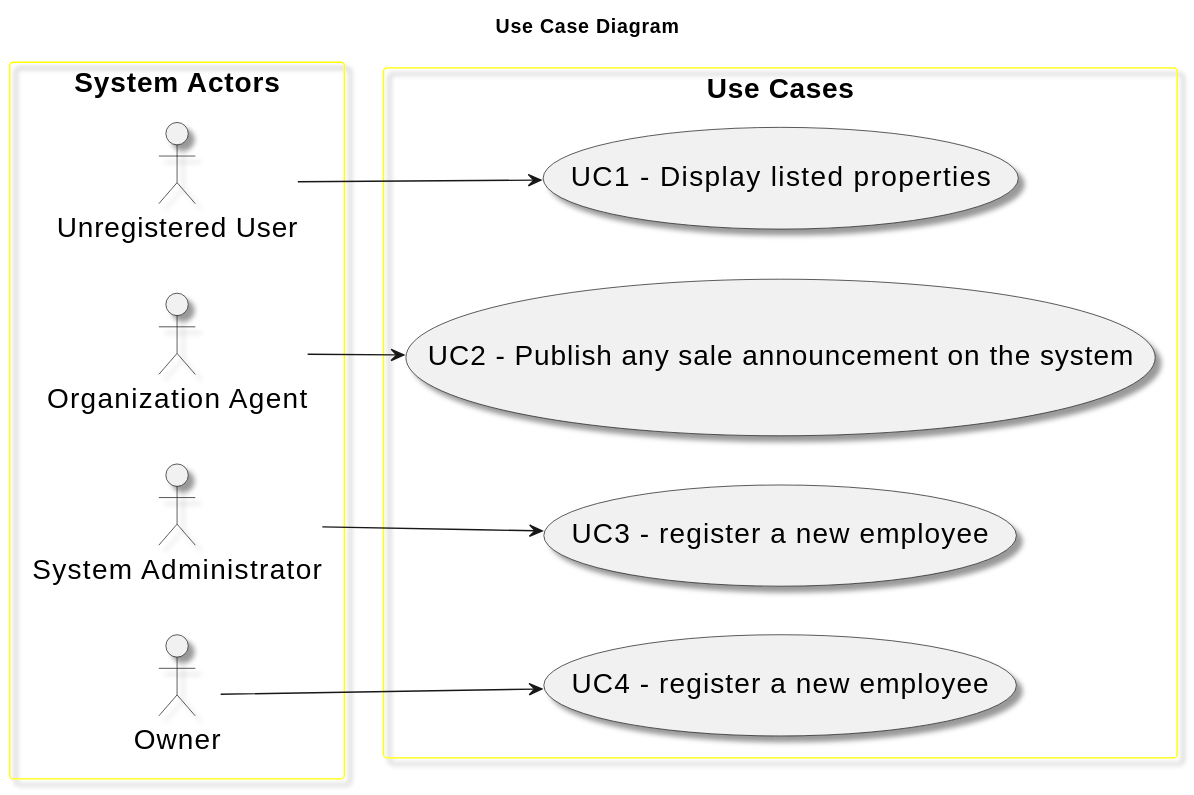
Above: docs/sprintA/global-artifacts/01.requirements-engineering/svg/use-case-diagram.svg in Goncalves2525/real-estate-management-system (PlantUML), before the change.
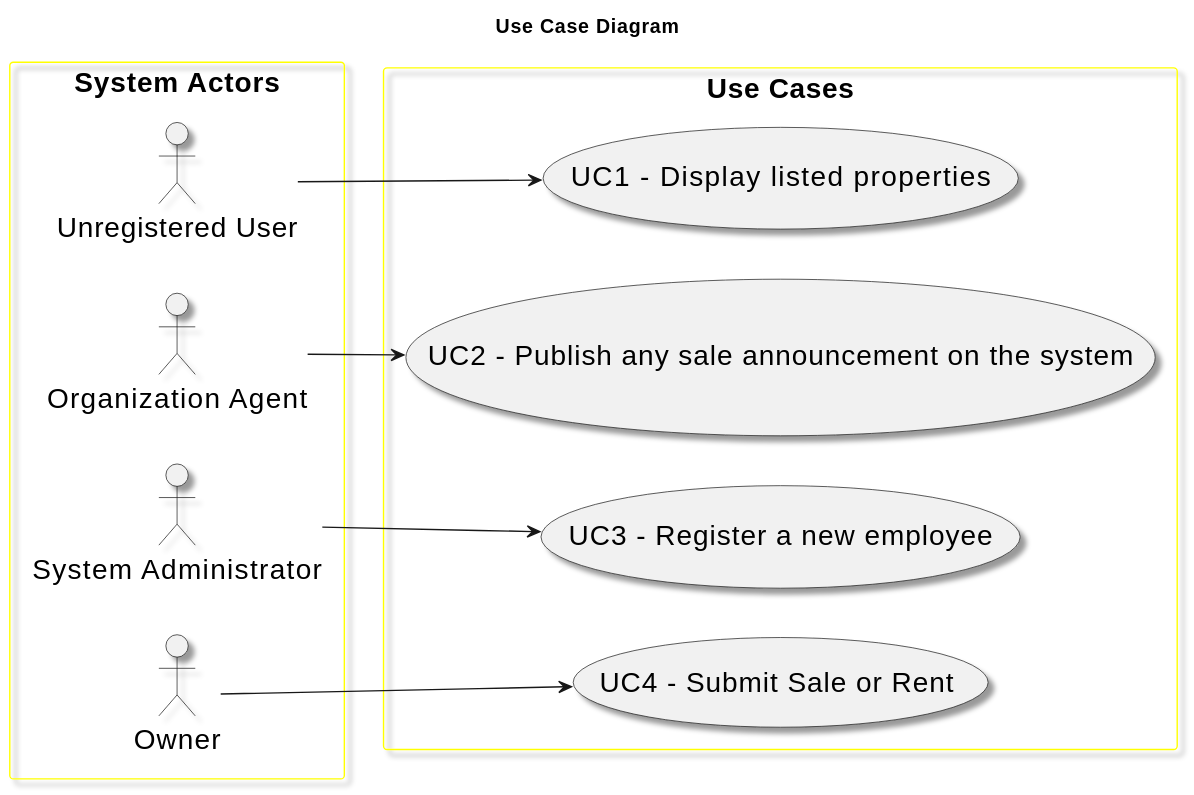
After the commit.

Change to the diagram source:
```diff
@@ -24,9 +24,9 @@
     "Unregistered User" --> UC1
     usecase "UC2 - Publish any sale announcement on the system" as UC2
         "Organization Agent" --> UC2
-    usecase "UC3 - register a new employee" as UC3
+    usecase "UC3 - Register a new employee" as UC3
             "System Administrator" --> UC3
-    usecase "UC4 - register a new employee" as UC4
+    usecase "UC4 - Submit Sale or Rent" as UC4
                 "Owner" --> UC4
 }
 @enduml
```
